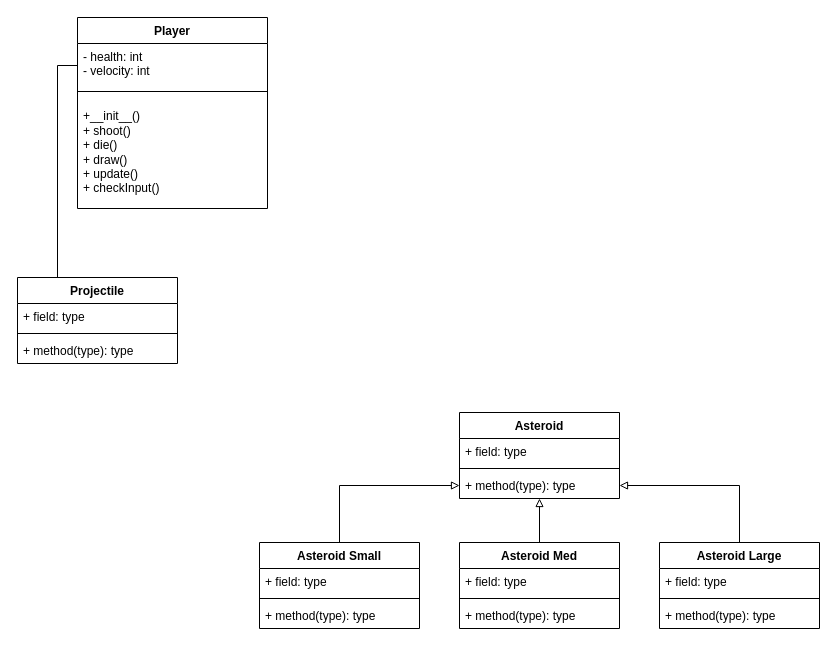
Before: AsteroidsUML.drawio in mikemel21/CIS343-Asteroids-Clone, a draw.io diagram. Source tidied: cells renumbered, new cells numbered last; positions are measured from the earlier drawing's top-left corner, leaving out a move shared by most shapes. Both pictures are drawn from the tidied source at 100%, with x=0, y=0 at pixel (17, 17).
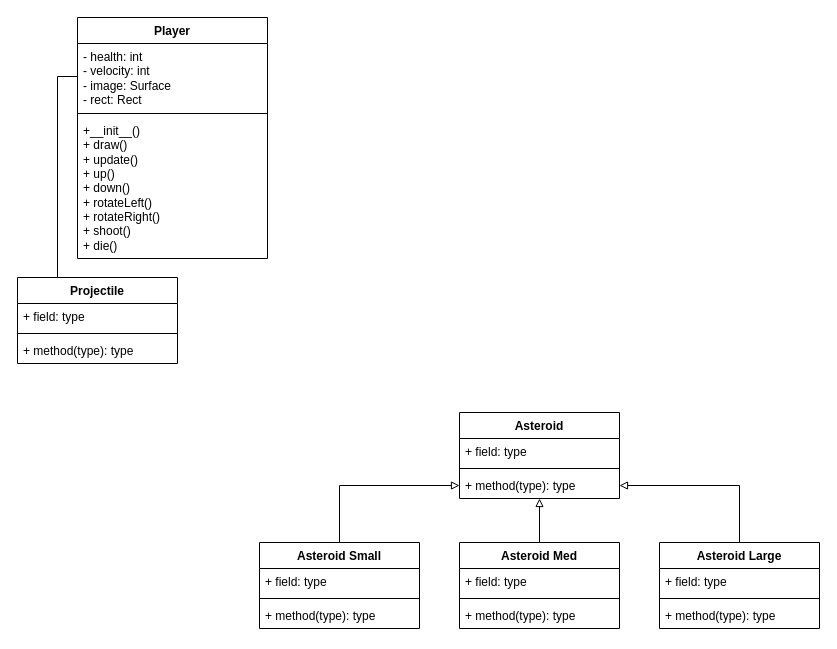
The same page after the edit.

The edit, as a diff of the source:
```diff
@@
     <mxCell id="6" value="Player" style="swimlane;fontStyle=1;align=center;verticalAlign=top;horizontal=1;startSize=26;whiteSpace=wrap;html=1;" parent="1" vertex="1">
-      <mxGeometry x="60" width="190" height="191" as="geometry" />
+      <mxGeometry x="60" width="190" height="241" as="geometry" />
     </mxCell>
-    <mxCell id="7" value="&lt;div&gt;- health: int&lt;/div&gt;&lt;div&gt;- velocity: int&lt;/div&gt;" style="text;strokeColor=none;fillColor=none;align=left;verticalAlign=top;spacingLeft=4;spacingRight=4;overflow=hidden;points=[[0,0.5],[1,0.5]];portConstraint=eastwest;whiteSpace=wrap;html=1;" parent="6" vertex="1">
-      <mxGeometry y="26" width="190" height="44" as="geometry" />
+    <mxCell id="7" value="&lt;div&gt;- health: int&lt;/div&gt;&lt;div&gt;- velocity: int&lt;/div&gt;&lt;div&gt;- image: Surface&lt;/div&gt;&lt;div&gt;- rect: Rect&lt;/div&gt;" style="text;strokeColor=none;fillColor=none;align=left;verticalAlign=top;spacingLeft=4;spacingRight=4;overflow=hidden;points=[[0,0.5],[1,0.5]];portConstraint=eastwest;whiteSpace=wrap;html=1;" parent="6" vertex="1">
+      <mxGeometry y="26" width="190" height="66" as="geometry" />
     </mxCell>
     <mxCell id="8" style="line;strokeWidth=1;fillColor=none;align=left;verticalAlign=middle;spacingTop=-1;spacingLeft=3;spacingRight=3;labelPosition=right;strokeColor=inherit;" parent="6" vertex="1">
-      <mxGeometry y="70" width="190" height="8" as="geometry" />
+      <mxGeometry y="92" width="190" height="8" as="geometry" />
     </mxCell>
-    <mxCell id="9" value="&lt;div&gt;+__init__()&lt;/div&gt;&lt;div&gt;+ shoot()&lt;br&gt;&lt;/div&gt;&lt;div&gt;+ die()&lt;br&gt;&lt;/div&gt;&lt;div&gt;+ draw()&lt;/div&gt;&lt;div&gt;+ update()&lt;/div&gt;&lt;div&gt;+ checkInput()&lt;/div&gt;" style="text;strokeColor=none;fillColor=none;align=left;verticalAlign=middle;spacingLeft=4;spacingRight=4;overflow=hidden;whiteSpace=wrap;html=1;strokeWidth=1;horizontal=1;" parent="6" vertex="1">
-      <mxGeometry y="78" width="190" height="113" as="geometry" />
+    <mxCell id="9" value="&lt;div&gt;+__init__()&lt;/div&gt;&lt;div&gt;&lt;div&gt;+ draw()&lt;/div&gt;&lt;/div&gt;&lt;div&gt;+ update()&lt;br&gt;&lt;/div&gt;&lt;div&gt;+ up()&lt;br&gt;&lt;/div&gt;&lt;div&gt;+ down()&lt;/div&gt;&lt;div&gt;+ rotateLeft()&lt;/div&gt;&lt;div&gt;+ rotateRight()&lt;/div&gt;&lt;div&gt;+ shoot()&lt;br&gt;&lt;/div&gt;&lt;div&gt;+ die()&lt;/div&gt;" style="text;strokeColor=none;fillColor=none;align=left;verticalAlign=middle;spacingLeft=4;spacingRight=4;overflow=hidden;whiteSpace=wrap;html=1;strokeWidth=1;horizontal=1;" parent="6" vertex="1">
+      <mxGeometry y="100" width="190" height="141" as="geometry" />
     </mxCell>
```
